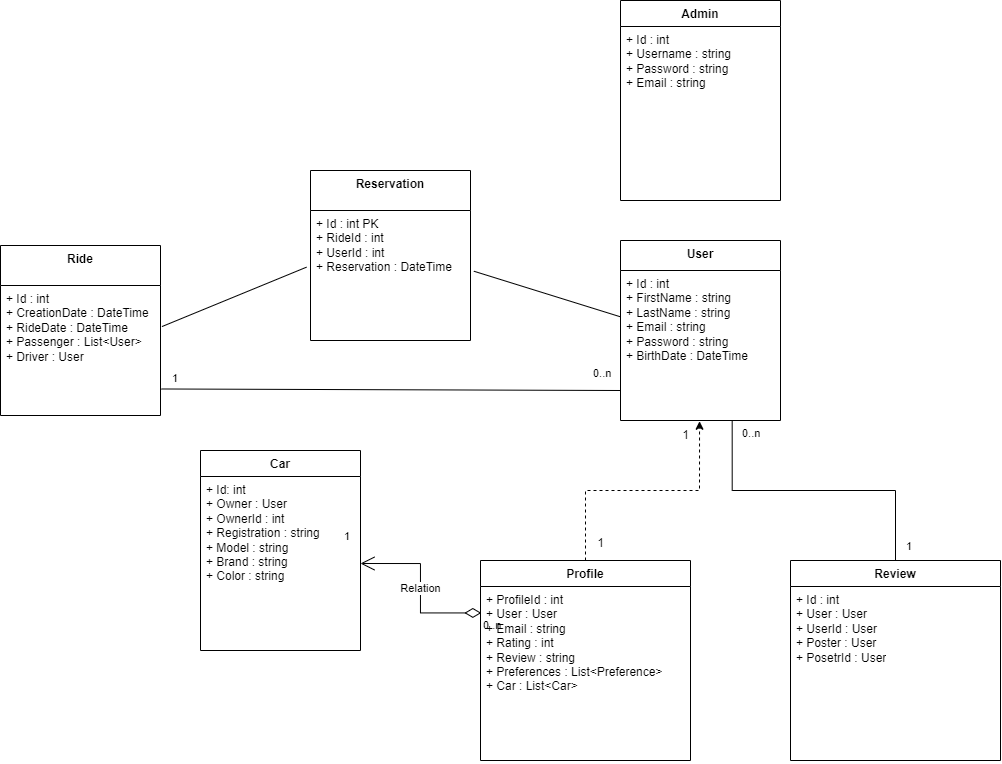
Before: Diagrams/CoVoyageur Class.drawio.png, a diagram exported from draw.io (RemiDebruyne/CoVoyageurProject). Source tidied: cells renumbered, new cells last; positions are measured from the earlier drawing's top-left corner, leaving out a move shared by most shapes.
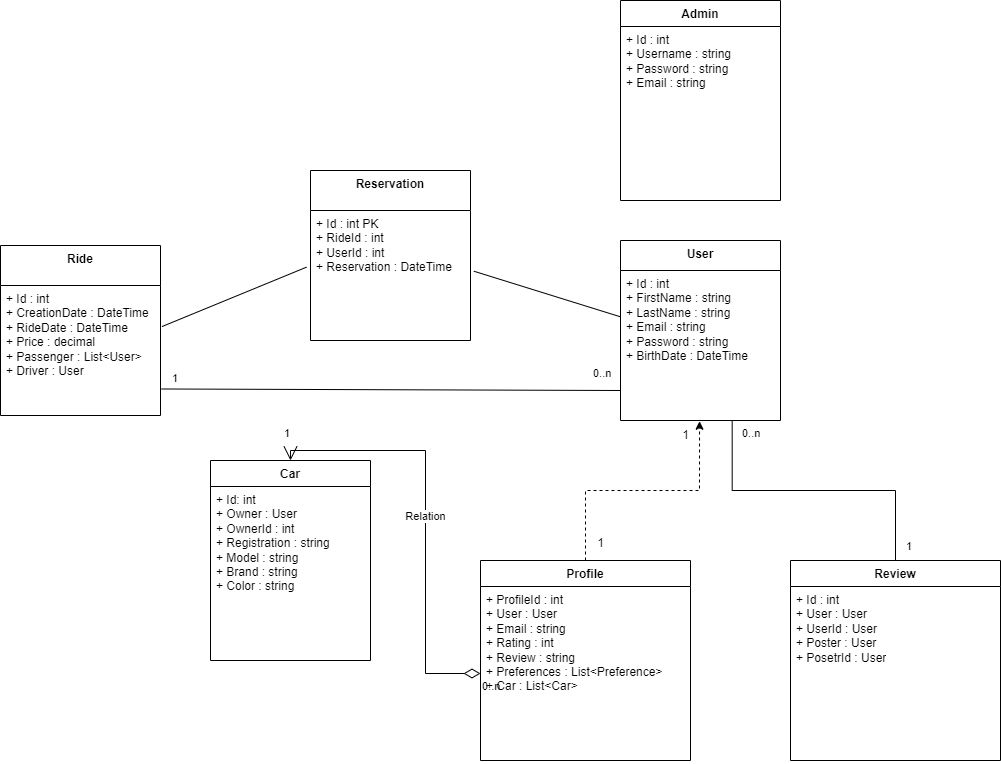
After the change.

Diff of the diagram source:
```diff
@@ -9,12 +9,12 @@
       <mxGeometry y="30" width="160" height="150" as="geometry" />
     </mxCell>
     <mxCell id="4" value="Car&lt;div&gt;&lt;br/&gt;&lt;/div&gt;" style="swimlane;fontStyle=1;align=center;verticalAlign=top;horizontal=1;startSize=26;whiteSpace=wrap;html=1;" parent="1" vertex="1">
-      <mxGeometry x="200" y="450" width="160" height="200" as="geometry" />
+      <mxGeometry x="210" y="460" width="160" height="200" as="geometry" />
     </mxCell>
     <mxCell id="5" value="&lt;div&gt;+ Id: int&lt;/div&gt;&lt;div&gt;+ Owner : User&lt;/div&gt;&lt;div&gt;+ OwnerId : int&lt;/div&gt;&lt;div&gt;+ Registration : string&lt;/div&gt;&lt;div&gt;+ Model : string&lt;/div&gt;&lt;div&gt;+ Brand : string&lt;br&gt;&lt;/div&gt;&lt;div&gt;+ Color : string&lt;/div&gt;&lt;div&gt;&lt;br&gt;&lt;/div&gt;&lt;div&gt;&lt;br&gt;&lt;/div&gt;" style="text;strokeColor=none;fillColor=none;align=left;verticalAlign=top;spacingLeft=4;spacingRight=4;overflow=hidden;points=[[0,0.5],[1,0.5]];portConstraint=eastwest;whiteSpace=wrap;html=1;" parent="4" vertex="1">
       <mxGeometry y="26" width="160" height="174" as="geometry" />
     </mxCell>
-    <mxCell id="6" value="Relation" style="endArrow=open;html=1;endSize=12;startArrow=diamondThin;startSize=14;startFill=0;edgeStyle=orthogonalEdgeStyle;rounded=0;exitX=0.004;exitY=0.152;exitDx=0;exitDy=0;entryX=1;entryY=0.5;entryDx=0;entryDy=0;exitPerimeter=0;" parent="1" edge="1" source="10" target="5">
+    <mxCell id="6" value="Relation" style="endArrow=open;html=1;endSize=12;startArrow=diamondThin;startSize=14;startFill=0;edgeStyle=orthogonalEdgeStyle;rounded=0;entryX=0.5;entryY=0;entryDx=0;entryDy=0;" parent="1" edge="1" source="10" target="4">
       <mxGeometry relative="1" as="geometry" />
     </mxCell>
     <mxCell id="7" value="0..n" style="edgeLabel;html=1;align=left;verticalAlign=top;" parent="6" vertex="1">
@@ -22,7 +22,7 @@
     </mxCell>
     <mxCell id="8" value="1" style="edgeLabel;html=1;align=right;verticalAlign=top;" parent="6" vertex="1">
       <mxGeometry x="1" relative="1" as="geometry">
-        <mxPoint x="-10" y="-40" as="offset" />
+        <mxPoint y="-40" as="offset" />
       </mxGeometry>
     </mxCell>
     <mxCell id="9" value="Profile" style="swimlane;fontStyle=1;align=center;verticalAlign=top;horizontal=1;startSize=26;whiteSpace=wrap;html=1;" parent="1" vertex="1">
@@ -45,7 +45,7 @@
     <mxCell id="14" value="&lt;div&gt;Ride&lt;/div&gt;" style="swimlane;fontStyle=1;align=center;verticalAlign=top;horizontal=1;startSize=40;whiteSpace=wrap;html=1;" parent="1" vertex="1">
       <mxGeometry y="245" width="160" height="170" as="geometry" />
     </mxCell>
-    <mxCell id="15" value="&lt;div&gt;+ Id : int&lt;br&gt;&lt;/div&gt;&lt;div&gt;+ CreationDate : DateTime&lt;/div&gt;&lt;div&gt;+ RideDate : DateTime &lt;br&gt;&lt;/div&gt;&lt;div&gt;+ Passenger : List&amp;lt;User&amp;gt;&lt;/div&gt;&lt;div&gt;+ Driver : User&lt;/div&gt;&lt;div&gt;&lt;br&gt;&lt;/div&gt;" style="text;strokeColor=none;fillColor=none;align=left;verticalAlign=top;spacingLeft=4;spacingRight=4;overflow=hidden;points=[[0,0.5],[1,0.5]];portConstraint=eastwest;whiteSpace=wrap;html=1;" parent="14" vertex="1">
+    <mxCell id="15" value="&lt;div&gt;+ Id : int&lt;br&gt;&lt;/div&gt;&lt;div&gt;+ CreationDate : DateTime&lt;/div&gt;&lt;div&gt;+ RideDate : DateTime &lt;br&gt;&lt;/div&gt;&lt;div&gt;+ Price : decimal&lt;/div&gt;&lt;div&gt;+ Passenger : List&amp;lt;User&amp;gt;&lt;/div&gt;&lt;div&gt;+ Driver : User&lt;/div&gt;&lt;div&gt;&lt;br&gt;&lt;/div&gt;" style="text;strokeColor=none;fillColor=none;align=left;verticalAlign=top;spacingLeft=4;spacingRight=4;overflow=hidden;points=[[0,0.5],[1,0.5]];portConstraint=eastwest;whiteSpace=wrap;html=1;" parent="14" vertex="1">
       <mxGeometry y="40" width="160" height="130" as="geometry" />
     </mxCell>
     <mxCell id="16" style="endArrow=none;html=1;rounded=0;entryX=0;entryY=0.5;entryDx=0;entryDy=0;exitX=1.005;exitY=0.796;exitDx=0;exitDy=0;exitPerimeter=0;" parent="1" edge="1" source="15">
```
